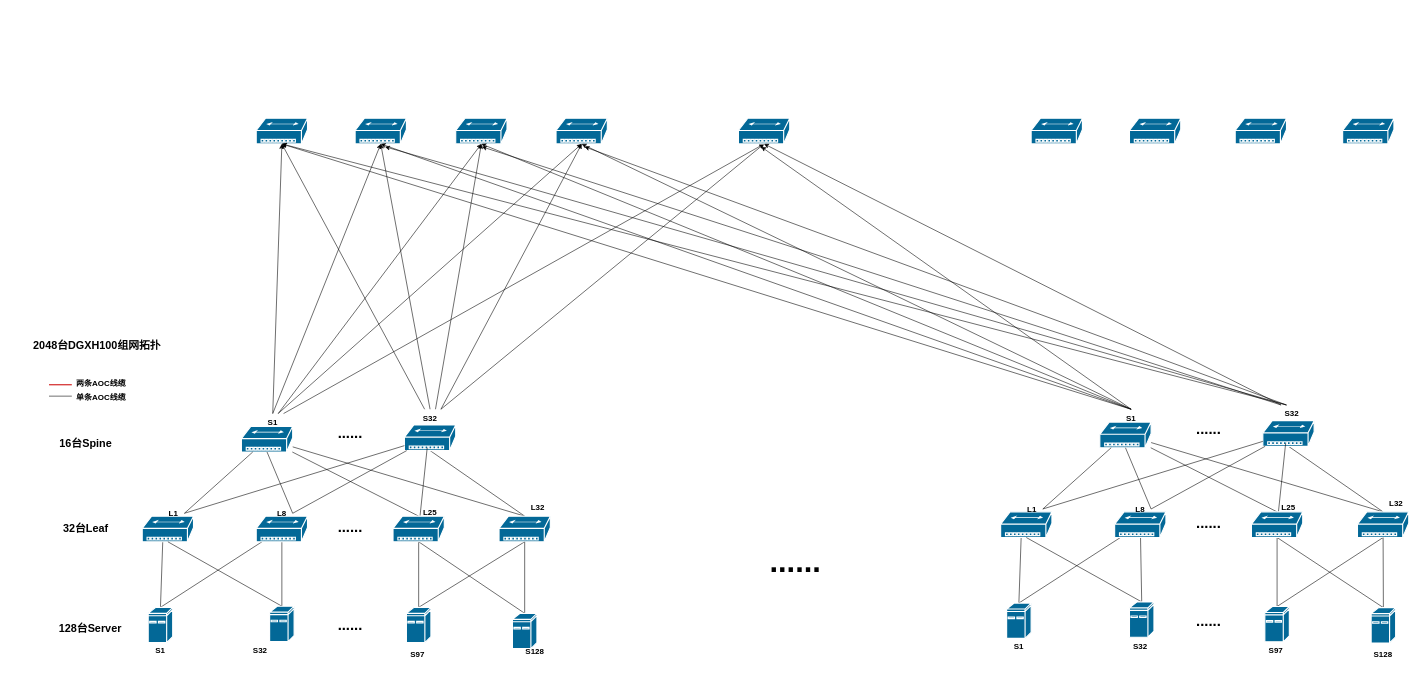
hel-2000/network-draw keeps this draw.io diagram as dgxh100-2048.drawio. Above is the earlier version. Source tidied: cells renumbered, new cells numbered last; positions are measured from the earlier drawing's top-left corner, leaving out a move shared by most shapes. Both pictures are drawn from the tidied source at 57%, with x=0, y=0 at pixel (10, 118).
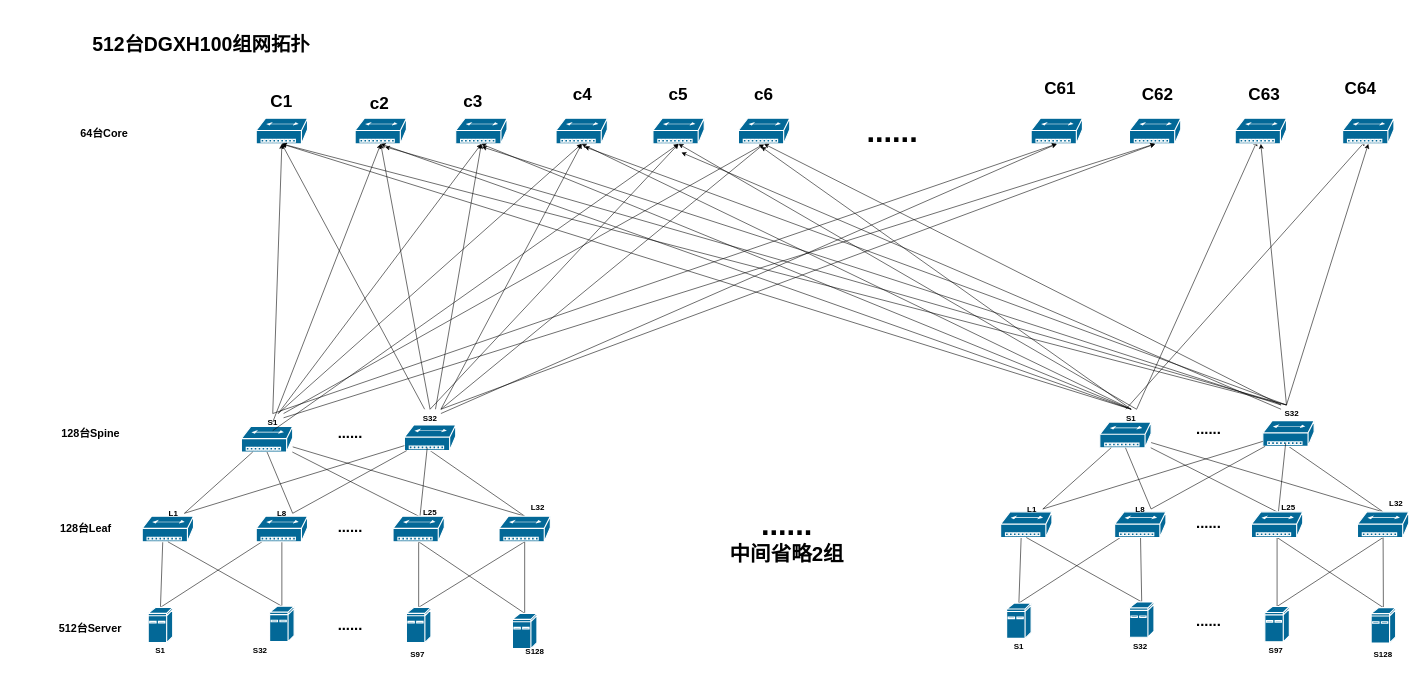
After the change.

Unchanged cells that the change refers to:
```xml
<mxCell id="28" value="&lt;span style=&quot;font-size: 14px;&quot;&gt;&lt;b&gt;S1&lt;/b&gt;&lt;/span&gt;" style="text;strokeColor=none;align=center;fillColor=none;html=1;verticalAlign=middle;whiteSpace=wrap;rounded=0;" parent="1" vertex="1">
  <mxGeometry x="442" y="518" width="38" height="30" as="geometry" />
</mxCell>
<mxCell id="29" value="&lt;span style=&quot;font-size: 14px;&quot;&gt;&lt;b&gt;S32&lt;/b&gt;&lt;/span&gt;" style="text;strokeColor=none;align=center;fillColor=none;html=1;verticalAlign=middle;whiteSpace=wrap;rounded=0;" parent="1" vertex="1">
  <mxGeometry x="718" y="510.5" width="38" height="30" as="geometry" />
</mxCell>
<mxCell id="76" value="&lt;span style=&quot;font-size: 14px;&quot;&gt;&lt;b&gt;S1&lt;/b&gt;&lt;/span&gt;" style="text;strokeColor=none;align=center;fillColor=none;html=1;verticalAlign=middle;whiteSpace=wrap;rounded=0;" parent="1" vertex="1">
  <mxGeometry x="1948" y="510.5" width="38" height="30" as="geometry" />
</mxCell>
<mxCell id="89" style="shape=mxgraph.cisco.hubs_and_gateways.small_hub;sketch=0;html=1;dashed=0;fillColor=#036897;strokeColor=#ffffff;strokeWidth=2;verticalLabelPosition=bottom;verticalAlign=top;align=center;outlineConnect=0;" parent="1" vertex="1">
  <mxGeometry x="605.5" width="90" height="45" as="geometry" />
</mxCell>
<mxCell id="96" value="&lt;span style=&quot;font-size: 14px;&quot;&gt;&lt;b&gt;S32&lt;/b&gt;&lt;/span&gt;" style="text;strokeColor=none;align=center;fillColor=none;html=1;verticalAlign=middle;whiteSpace=wrap;rounded=0;" parent="1" vertex="1">
  <mxGeometry x="2230" y="503" width="38" height="30" as="geometry" />
</mxCell>
<mxCell id="109" style="shape=mxgraph.cisco.hubs_and_gateways.small_hub;sketch=0;html=1;dashed=0;fillColor=#036897;strokeColor=#ffffff;strokeWidth=2;verticalLabelPosition=bottom;verticalAlign=top;align=center;outlineConnect=0;" parent="1" vertex="1">
  <mxGeometry x="1791.5" width="90" height="45" as="geometry" />
</mxCell>
<mxCell id="110" style="shape=mxgraph.cisco.hubs_and_gateways.small_hub;sketch=0;html=1;dashed=0;fillColor=#036897;strokeColor=#ffffff;strokeWidth=2;verticalLabelPosition=bottom;verticalAlign=top;align=center;outlineConnect=0;" parent="1" vertex="1">
  <mxGeometry x="1964" width="90" height="45" as="geometry" />
</mxCell>
<mxCell id="111" style="shape=mxgraph.cisco.hubs_and_gateways.small_hub;sketch=0;html=1;dashed=0;fillColor=#036897;strokeColor=#ffffff;strokeWidth=2;verticalLabelPosition=bottom;verticalAlign=top;align=center;outlineConnect=0;" parent="1" vertex="1">
  <mxGeometry x="2149.5" width="90" height="45" as="geometry" />
</mxCell>
<mxCell id="112" style="shape=mxgraph.cisco.hubs_and_gateways.small_hub;sketch=0;html=1;dashed=0;fillColor=#036897;strokeColor=#ffffff;strokeWidth=2;verticalLabelPosition=bottom;verticalAlign=top;align=center;outlineConnect=0;" parent="1" vertex="1">
  <mxGeometry x="2338" width="90" height="45" as="geometry" />
</mxCell>
```

Change to the diagram source:
```diff
@@
-    <mxCell id="32" value="&lt;b style=&quot;&quot;&gt;&lt;font style=&quot;font-size: 19px;&quot;&gt;128台Server&lt;/font&gt;&lt;/b&gt;" style="text;strokeColor=none;align=center;fillColor=none;html=1;verticalAlign=middle;whiteSpace=wrap;rounded=0;" parent="1" vertex="1">
+    <mxCell id="32" value="&lt;b style=&quot;&quot;&gt;&lt;font style=&quot;font-size: 19px;&quot;&gt;512台Server&lt;/font&gt;&lt;/b&gt;" style="text;strokeColor=none;align=center;fillColor=none;html=1;verticalAlign=middle;whiteSpace=wrap;rounded=0;" parent="1" vertex="1">
       <mxGeometry x="78" y="866" width="126" height="58" as="geometry" />
     </mxCell>
-    <mxCell id="33" value="&lt;b style=&quot;&quot;&gt;&lt;font style=&quot;font-size: 19px;&quot;&gt;32台Leaf&lt;/font&gt;&lt;/b&gt;" style="text;strokeColor=none;align=center;fillColor=none;html=1;verticalAlign=middle;whiteSpace=wrap;rounded=0;" parent="1" vertex="1">
+    <mxCell id="33" value="&lt;b style=&quot;&quot;&gt;&lt;font style=&quot;font-size: 19px;&quot;&gt;128台Leaf&lt;/font&gt;&lt;/b&gt;" style="text;strokeColor=none;align=center;fillColor=none;html=1;verticalAlign=middle;whiteSpace=wrap;rounded=0;" parent="1" vertex="1">
       <mxGeometry x="78" y="705.5" width="110" height="30" as="geometry" />
     </mxCell>
-    <mxCell id="34" value="&lt;b style=&quot;&quot;&gt;&lt;font style=&quot;font-size: 19px;&quot;&gt;16台Spine&lt;/font&gt;&lt;/b&gt;" style="text;strokeColor=none;align=center;fillColor=none;html=1;verticalAlign=middle;whiteSpace=wrap;rounded=0;" parent="1" vertex="1">
-      <mxGeometry x="83" y="558" width="100" height="25" as="geometry" />
+    <mxCell id="34" value="&lt;b style=&quot;&quot;&gt;&lt;font style=&quot;font-size: 19px;&quot;&gt;128台Spine&lt;/font&gt;&lt;/b&gt;" style="text;strokeColor=none;align=center;fillColor=none;html=1;verticalAlign=middle;whiteSpace=wrap;rounded=0;" parent="1" vertex="1">
+      <mxGeometry x="53.5" y="526.5" width="175" height="53" as="geometry" />
     </mxCell>
@@
-    <mxCell id="44" value="&lt;b style=&quot;&quot;&gt;&lt;font style=&quot;font-size: 19px;&quot;&gt;2048台DGXH100组网拓扑&lt;/font&gt;&lt;/b&gt;" style="text;strokeColor=none;align=center;fillColor=none;html=1;verticalAlign=middle;whiteSpace=wrap;rounded=0;" parent="1" vertex="1">
-      <mxGeometry y="370" width="306" height="58" as="geometry" />
+    <mxCell id="44" value="&lt;b style=&quot;&quot;&gt;&lt;font style=&quot;font-size: 34px;&quot;&gt;512台DGXH100组网拓扑&lt;/font&gt;&lt;/b&gt;" style="text;strokeColor=none;align=center;fillColor=none;html=1;verticalAlign=middle;whiteSpace=wrap;rounded=0;" parent="1" vertex="1">
+      <mxGeometry x="53.5" y="-190" width="563" height="120" as="geometry" />
     </mxCell>
-    <mxCell id="45" style="rounded=1;orthogonalLoop=1;jettySize=auto;html=1;endArrow=none;endFill=0;strokeWidth=2;strokeColor=#d01b1b;" parent="1" edge="1">
-      <mxGeometry relative="1" as="geometry">
-        <mxPoint x="108.5" y="467.5" as="sourcePoint" />
-        <mxPoint x="68.5" y="467.5" as="targetPoint" />
-      </mxGeometry>
-    </mxCell>
-    <mxCell id="46" style="rounded=0;orthogonalLoop=1;jettySize=auto;html=1;endArrow=none;endFill=0;" parent="1" edge="1">
-      <mxGeometry relative="1" as="geometry">
-        <mxPoint x="108.5" y="487.5" as="sourcePoint" />
-        <mxPoint x="68.5" y="487.5" as="targetPoint" />
-      </mxGeometry>
-    </mxCell>
-    <mxCell id="47" value="&lt;b style=&quot;&quot;&gt;&lt;font style=&quot;font-size: 14px;&quot;&gt;两条AOC线缆&lt;/font&gt;&lt;/b&gt;" style="text;strokeColor=none;align=center;fillColor=none;html=1;verticalAlign=middle;whiteSpace=wrap;rounded=0;" parent="1" vertex="1">
-      <mxGeometry x="110.5" y="450" width="98" height="30" as="geometry" />
-    </mxCell>
-    <mxCell id="48" value="&lt;b style=&quot;&quot;&gt;&lt;font style=&quot;font-size: 14px;&quot;&gt;单条AOC线缆&lt;/font&gt;&lt;/b&gt;" style="text;strokeColor=none;align=center;fillColor=none;html=1;verticalAlign=middle;whiteSpace=wrap;rounded=0;" parent="1" vertex="1">
-      <mxGeometry x="105.5" y="475" width="108" height="30" as="geometry" />
-    </mxCell>
@@
+    <mxCell id="119" style="rounded=0;jettySize=auto;html=1;exitX=0.25;exitY=0;exitDx=0;exitDy=0;" parent="1" edge="1" source="76">
+      <mxGeometry relative="1" as="geometry">
+        <mxPoint x="2378" y="40" as="targetPoint" />
+      </mxGeometry>
+    </mxCell>
+    <mxCell id="120" style="rounded=0;jettySize=auto;html=1;exitX=0.75;exitY=0;exitDx=0;exitDy=0;" parent="1" edge="1" source="76">
+      <mxGeometry relative="1" as="geometry">
+        <mxPoint x="2188" y="40" as="targetPoint" />
+      </mxGeometry>
+    </mxCell>
@@
+    <mxCell id="121" style="rounded=0;jettySize=auto;html=1;exitX=0;exitY=0.25;exitDx=0;exitDy=0;" parent="1" edge="1" source="96">
+      <mxGeometry relative="1" as="geometry">
+        <mxPoint x="1178" y="60" as="targetPoint" />
+      </mxGeometry>
+    </mxCell>
@@
-    <mxCell id="98" style="rounded=0;jettySize=auto;html=1;exitX=0.5;exitY=0;exitDx=0;exitDy=0;entryX=0.5;entryY=1;entryDx=0;entryDy=0;entryPerimeter=0;" parent="1" edge="1" source="28" target="89">
-      <mxGeometry relative="1" as="geometry" />
+    <mxCell id="98" style="rounded=0;jettySize=auto;html=1;entryX=0.5;entryY=1;entryDx=0;entryDy=0;entryPerimeter=0;" parent="1" edge="1" target="89">
+      <mxGeometry relative="1" as="geometry">
+        <mxPoint x="461" y="533" as="sourcePoint" />
+      </mxGeometry>
     </mxCell>
@@
-    <mxCell id="113" value="&lt;b style=&quot;&quot;&gt;&lt;font style=&quot;font-size: 54px;&quot;&gt;......&lt;/font&gt;&lt;br&gt;&lt;/b&gt;" style="text;strokeColor=none;align=center;fillColor=none;html=1;verticalAlign=middle;whiteSpace=wrap;rounded=0;strokeWidth=12;" parent="1" vertex="1">
-      <mxGeometry x="1318" y="750" width="120" height="55" as="geometry" />
+    <mxCell id="113" value="&lt;b style=&quot;&quot;&gt;&lt;font style=&quot;font-size: 54px;&quot;&gt;......&lt;br&gt;&lt;/font&gt;&lt;font style=&quot;font-size: 36px;&quot;&gt;中间省略2组&lt;/font&gt;&lt;br&gt;&lt;/b&gt;" style="text;strokeColor=none;align=center;fillColor=none;html=1;verticalAlign=middle;whiteSpace=wrap;rounded=0;strokeWidth=12;" parent="1" vertex="1">
+      <mxGeometry x="1198" y="650" width="330" height="165" as="geometry" />
     </mxCell>
@@
+    <mxCell id="122" value="&lt;b style=&quot;&quot;&gt;&lt;font style=&quot;font-size: 54px;&quot;&gt;......&lt;/font&gt;&lt;br&gt;&lt;/b&gt;" style="text;strokeColor=none;align=center;fillColor=none;html=1;verticalAlign=middle;whiteSpace=wrap;rounded=0;strokeWidth=12;" parent="1" vertex="1">
+      <mxGeometry x="1488" y="-5" width="120" height="55" as="geometry" />
+    </mxCell>
+    <mxCell id="123" style="rounded=0;jettySize=auto;html=1;exitX=0.5;exitY=0;exitDx=0;exitDy=0;entryX=0.5;entryY=1;entryDx=0;entryDy=0;entryPerimeter=0;" parent="1" edge="1" source="28" target="109">
+      <mxGeometry relative="1" as="geometry" />
+    </mxCell>
+    <mxCell id="124" style="rounded=0;jettySize=auto;html=1;exitX=1;exitY=0.25;exitDx=0;exitDy=0;entryX=0.5;entryY=1;entryDx=0;entryDy=0;entryPerimeter=0;" parent="1" edge="1" source="29" target="109">
+      <mxGeometry relative="1" as="geometry" />
+    </mxCell>
+    <mxCell id="125" style="rounded=0;jettySize=auto;html=1;exitX=0.25;exitY=0;exitDx=0;exitDy=0;entryX=0.5;entryY=1;entryDx=0;entryDy=0;entryPerimeter=0;" parent="1" edge="1" source="96" target="112">
+      <mxGeometry relative="1" as="geometry" />
+    </mxCell>
+    <mxCell id="126" style="rounded=0;jettySize=auto;html=1;exitX=1;exitY=0.25;exitDx=0;exitDy=0;entryX=0.5;entryY=1;entryDx=0;entryDy=0;entryPerimeter=0;" parent="1" edge="1" source="28" target="110">
+      <mxGeometry relative="1" as="geometry" />
+    </mxCell>
+    <mxCell id="127" style="rounded=0;jettySize=auto;html=1;exitX=1;exitY=0;exitDx=0;exitDy=0;entryX=0.5;entryY=1;entryDx=0;entryDy=0;entryPerimeter=0;" parent="1" edge="1" source="29" target="110">
+      <mxGeometry relative="1" as="geometry" />
+    </mxCell>
+    <mxCell id="128" style="rounded=0;jettySize=auto;html=1;exitX=0.25;exitY=0;exitDx=0;exitDy=0;entryX=0.5;entryY=1;entryDx=0;entryDy=0;entryPerimeter=0;" parent="1" edge="1" source="96" target="111">
+      <mxGeometry relative="1" as="geometry" />
+    </mxCell>
+    <mxCell id="129" value="&lt;b style=&quot;&quot;&gt;&lt;font style=&quot;font-size: 19px;&quot;&gt;64台Core&lt;/font&gt;&lt;/b&gt;" style="text;strokeColor=none;align=center;fillColor=none;html=1;verticalAlign=middle;whiteSpace=wrap;rounded=0;" parent="1" vertex="1">
+      <mxGeometry x="78" width="175" height="53" as="geometry" />
+    </mxCell>
+    <mxCell id="130" style="shape=mxgraph.cisco.hubs_and_gateways.small_hub;sketch=0;html=1;dashed=0;fillColor=#036897;strokeColor=#ffffff;strokeWidth=2;verticalLabelPosition=bottom;verticalAlign=top;align=center;outlineConnect=0;" parent="1" vertex="1">
+      <mxGeometry x="1128" width="90" height="45" as="geometry" />
+    </mxCell>
+    <mxCell id="131" style="rounded=0;jettySize=auto;html=1;exitX=0.5;exitY=1;exitDx=0;exitDy=0;entryX=0.5;entryY=1;entryDx=0;entryDy=0;entryPerimeter=0;" parent="1" edge="1" source="28" target="130">
+      <mxGeometry relative="1" as="geometry" />
+    </mxCell>
+    <mxCell id="132" style="rounded=0;jettySize=auto;html=1;exitX=0.5;exitY=0;exitDx=0;exitDy=0;entryX=0.5;entryY=1;entryDx=0;entryDy=0;entryPerimeter=0;" parent="1" edge="1" source="29" target="130">
+      <mxGeometry relative="1" as="geometry" />
+    </mxCell>
+    <mxCell id="133" style="rounded=0;jettySize=auto;html=1;exitX=0.75;exitY=0;exitDx=0;exitDy=0;entryX=0.5;entryY=1;entryDx=0;entryDy=0;entryPerimeter=0;" parent="1" edge="1" source="76" target="130">
+      <mxGeometry relative="1" as="geometry" />
+    </mxCell>
+    <mxCell id="134" value="&lt;b style=&quot;&quot;&gt;&lt;font style=&quot;font-size: 30px;&quot;&gt;C1&lt;/font&gt;&lt;/b&gt;" style="text;strokeColor=none;align=center;fillColor=none;html=1;verticalAlign=middle;whiteSpace=wrap;rounded=0;" parent="1" vertex="1">
+      <mxGeometry x="432" y="-58" width="88.5" height="53" as="geometry" />
+    </mxCell>
+    <mxCell id="135" value="&lt;b style=&quot;&quot;&gt;&lt;font style=&quot;font-size: 30px;&quot;&gt;C61&lt;/font&gt;&lt;/b&gt;" style="text;strokeColor=none;align=center;fillColor=none;html=1;verticalAlign=middle;whiteSpace=wrap;rounded=0;" parent="1" vertex="1">
+      <mxGeometry x="1798" y="-80" width="88.5" height="53" as="geometry" />
+    </mxCell>
+    <mxCell id="136" value="&lt;b style=&quot;&quot;&gt;&lt;font style=&quot;font-size: 30px;&quot;&gt;c6&lt;/font&gt;&lt;/b&gt;" style="text;strokeColor=none;align=center;fillColor=none;html=1;verticalAlign=middle;whiteSpace=wrap;rounded=0;" parent="1" vertex="1">
+      <mxGeometry x="1278" y="-70" width="88.5" height="53" as="geometry" />
+    </mxCell>
+    <mxCell id="137" value="&lt;b style=&quot;&quot;&gt;&lt;font style=&quot;font-size: 30px;&quot;&gt;c5&lt;/font&gt;&lt;/b&gt;" style="text;strokeColor=none;align=center;fillColor=none;html=1;verticalAlign=middle;whiteSpace=wrap;rounded=0;" parent="1" vertex="1">
+      <mxGeometry x="1128" y="-70" width="88.5" height="53" as="geometry" />
+    </mxCell>
+    <mxCell id="138" value="&lt;b style=&quot;&quot;&gt;&lt;font style=&quot;font-size: 30px;&quot;&gt;c4&lt;/font&gt;&lt;/b&gt;" style="text;strokeColor=none;align=center;fillColor=none;html=1;verticalAlign=middle;whiteSpace=wrap;rounded=0;" parent="1" vertex="1">
+      <mxGeometry x="959.5" y="-70" width="88.5" height="53" as="geometry" />
+    </mxCell>
+    <mxCell id="139" value="&lt;b style=&quot;&quot;&gt;&lt;font style=&quot;font-size: 30px;&quot;&gt;c3&lt;/font&gt;&lt;/b&gt;" style="text;strokeColor=none;align=center;fillColor=none;html=1;verticalAlign=middle;whiteSpace=wrap;rounded=0;" parent="1" vertex="1">
+      <mxGeometry x="768" y="-58" width="88.5" height="53" as="geometry" />
+    </mxCell>
+    <mxCell id="140" value="&lt;b style=&quot;&quot;&gt;&lt;font style=&quot;font-size: 30px;&quot;&gt;c2&lt;/font&gt;&lt;/b&gt;" style="text;strokeColor=none;align=center;fillColor=none;html=1;verticalAlign=middle;whiteSpace=wrap;rounded=0;" parent="1" vertex="1">
+      <mxGeometry x="603.5" y="-53" width="88.5" height="53" as="geometry" />
+    </mxCell>
+    <mxCell id="141" value="&lt;b style=&quot;&quot;&gt;&lt;font style=&quot;font-size: 30px;&quot;&gt;C62&lt;/font&gt;&lt;/b&gt;" style="text;strokeColor=none;align=center;fillColor=none;html=1;verticalAlign=middle;whiteSpace=wrap;rounded=0;" parent="1" vertex="1">
+      <mxGeometry x="1969" y="-70" width="88.5" height="53" as="geometry" />
+    </mxCell>
+    <mxCell id="142" value="&lt;b style=&quot;&quot;&gt;&lt;font style=&quot;font-size: 30px;&quot;&gt;C63&lt;/font&gt;&lt;/b&gt;" style="text;strokeColor=none;align=center;fillColor=none;html=1;verticalAlign=middle;whiteSpace=wrap;rounded=0;" parent="1" vertex="1">
+      <mxGeometry x="2156" y="-70" width="88.5" height="53" as="geometry" />
+    </mxCell>
+    <mxCell id="143" value="&lt;b style=&quot;&quot;&gt;&lt;font style=&quot;font-size: 30px;&quot;&gt;C64&lt;/font&gt;&lt;/b&gt;" style="text;strokeColor=none;align=center;fillColor=none;html=1;verticalAlign=middle;whiteSpace=wrap;rounded=0;" parent="1" vertex="1">
+      <mxGeometry x="2324.5" y="-80" width="88.5" height="53" as="geometry" />
+    </mxCell>
```
